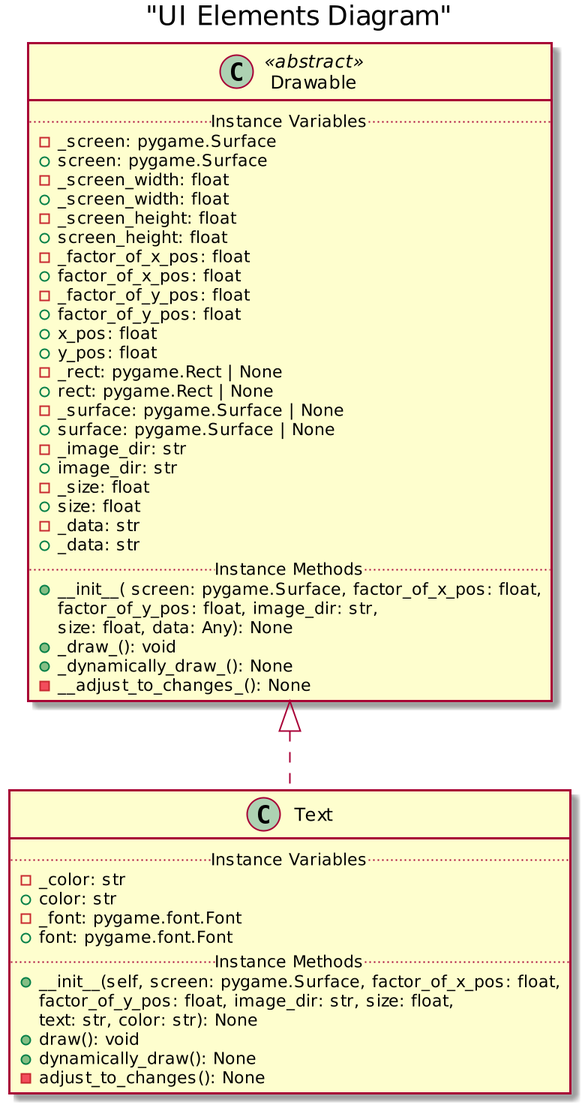
Above: Puzzle_Maze/uml/ui_elements/ui_elements_components.png in kmerickson/OOP-PuzzleMaze (PlantUML), before the change. The source it was exported from:
```plantuml
@startuml
scale 2
title "UI Elements Diagram"
class Drawable <<abstract>>{
    .. Instance Variables ..
    - _screen: pygame.Surface
    + screen: pygame.Surface
    - _screen_width: float
    + _screen_width: float
    - _screen_height: float
    + screen_height: float
    - _factor_of_x_pos: float
    + factor_of_x_pos: float
    - _factor_of_y_pos: float
    + factor_of_y_pos: float
    + x_pos: float
    + y_pos: float
    - _rect: pygame.Rect | None
    + rect: pygame.Rect | None
    - _surface: pygame.Surface | None
    + surface: pygame.Surface | None
    - _image_dir: str
    + image_dir: str
    - _size: float
    + size: float
    - _data: str
    + _data: str
    .. Instance Methods ..
    + __init__( screen: pygame.Surface, factor_of_x_pos: float,
                 factor_of_y_pos: float, image_dir: str,
                 size: float, data: Any): None
    + _draw_(): void
    + _dynamically_draw_(): None
    - __adjust_to_changes_(): None
}

class Text implements Drawable{
    .. Instance Variables ..
    - _color: str
    + color: str
    - _font: pygame.font.Font
    + font: pygame.font.Font
    .. Instance Methods ..
    + __init__(self, screen: pygame.Surface, factor_of_x_pos: float,
                 factor_of_y_pos: float, image_dir: str, size: float,
                 text: str, color: str): None
    + draw(): void
    + dynamically_draw(): None
    - adjust_to_changes(): None
}

@enduml
```
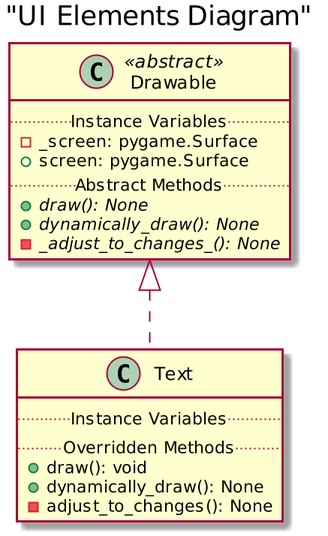
The same file after the commit.

The edit, as a diff of the source:
```diff
@@ -5,45 +5,15 @@
     .. Instance Variables ..
     - _screen: pygame.Surface
     + screen: pygame.Surface
-    - _screen_width: float
-    + _screen_width: float
-    - _screen_height: float
-    + screen_height: float
-    - _factor_of_x_pos: float
-    + factor_of_x_pos: float
-    - _factor_of_y_pos: float
-    + factor_of_y_pos: float
-    + x_pos: float
-    + y_pos: float
-    - _rect: pygame.Rect | None
-    + rect: pygame.Rect | None
-    - _surface: pygame.Surface | None
-    + surface: pygame.Surface | None
-    - _image_dir: str
-    + image_dir: str
-    - _size: float
-    + size: float
-    - _data: str
-    + _data: str
-    .. Instance Methods ..
-    + __init__( screen: pygame.Surface, factor_of_x_pos: float,
-                 factor_of_y_pos: float, image_dir: str,
-                 size: float, data: Any): None
-    + _draw_(): void
-    + _dynamically_draw_(): None
-    - __adjust_to_changes_(): None
+    .. Abstract Methods..
+    {abstract} + draw(): None
+    {abstract}+ dynamically_draw(): None
+    {abstract}- _adjust_to_changes_(): None
 }
 
 class Text implements Drawable{
     .. Instance Variables ..
-    - _color: str
-    + color: str
-    - _font: pygame.font.Font
-    + font: pygame.font.Font
-    .. Instance Methods ..
-    + __init__(self, screen: pygame.Surface, factor_of_x_pos: float,
-                 factor_of_y_pos: float, image_dir: str, size: float,
-                 text: str, color: str): None
+    ..Overridden Methods..
     + draw(): void
     + dynamically_draw(): None
     - adjust_to_changes(): None
```
